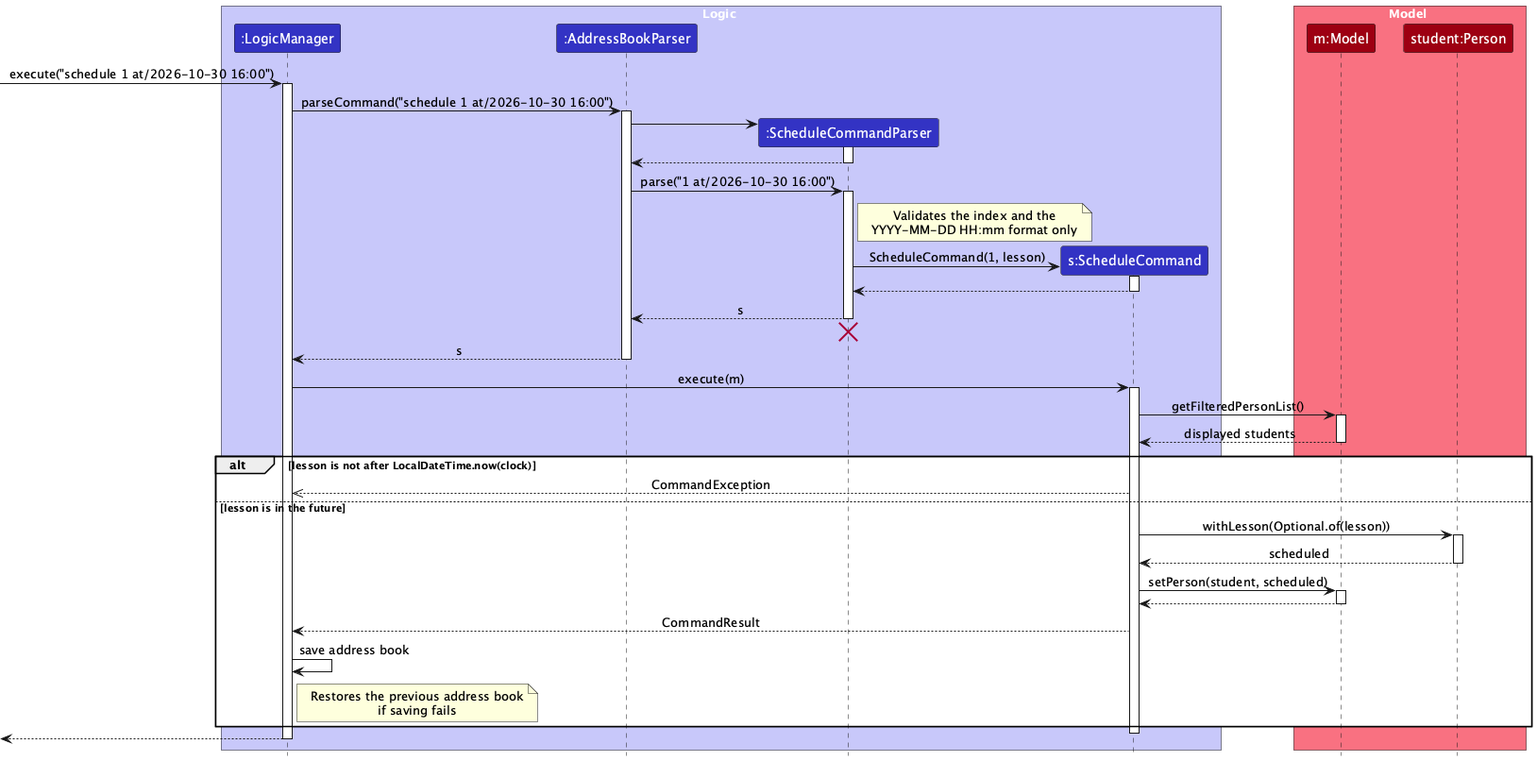
Earlier version of the PlantUML export docs/images/ScheduleSequenceDiagram.png (AY2627S1-CS2103T-W10-3/tp). Source of this version:
```plantuml
@startuml
!include style.puml
skinparam ArrowFontStyle plain

box Logic LOGIC_COLOR_T1
participant ":LogicManager" as LogicManager LOGIC_COLOR
participant ":AddressBookParser" as AddressBookParser LOGIC_COLOR
participant ":ScheduleCommandParser" as ScheduleCommandParser LOGIC_COLOR
participant "s:ScheduleCommand" as ScheduleCommand LOGIC_COLOR
end box

box Model MODEL_COLOR_T1
participant "m:Model" as Model MODEL_COLOR
participant "student:Person" as Student MODEL_COLOR
end box

[-> LogicManager : execute("schedule 1 at/2026-10-30 16:00")
activate LogicManager

LogicManager -> AddressBookParser : parseCommand("schedule 1 at/2026-10-30 16:00")
activate AddressBookParser

create ScheduleCommandParser
AddressBookParser -> ScheduleCommandParser
activate ScheduleCommandParser
ScheduleCommandParser --> AddressBookParser
deactivate ScheduleCommandParser

AddressBookParser -> ScheduleCommandParser : parse("1 at/2026-10-30 16:00")
activate ScheduleCommandParser

note right of ScheduleCommandParser
Validates the index and the
YYYY-MM-DD HH:mm format only
end note

create ScheduleCommand
ScheduleCommandParser -> ScheduleCommand : ScheduleCommand(1, lesson)
activate ScheduleCommand
ScheduleCommand --> ScheduleCommandParser
deactivate ScheduleCommand

ScheduleCommandParser --> AddressBookParser : s
deactivate ScheduleCommandParser
ScheduleCommandParser -[hidden]-> AddressBookParser
destroy ScheduleCommandParser

AddressBookParser --> LogicManager : s
deactivate AddressBookParser

LogicManager -> ScheduleCommand : execute(m)
activate ScheduleCommand

ScheduleCommand -> Model : getFilteredPersonList()
activate Model
Model --> ScheduleCommand : displayed students
deactivate Model

alt lesson is not after LocalDateTime.now(clock)
    ScheduleCommand -->> LogicManager : CommandException
else lesson is in the future
    ScheduleCommand -> Student : withLesson(Optional.of(lesson))
    activate Student
    Student --> ScheduleCommand : scheduled
    deactivate Student

    ScheduleCommand -> Model : setPerson(student, scheduled)
    activate Model
    Model --> ScheduleCommand
    deactivate Model

    ScheduleCommand --> LogicManager : CommandResult

    LogicManager -> LogicManager : save address book
    note right of LogicManager
    Restores the previous address book
    if saving fails
    end note
end
deactivate ScheduleCommand

[<--LogicManager
deactivate LogicManager
@enduml
```
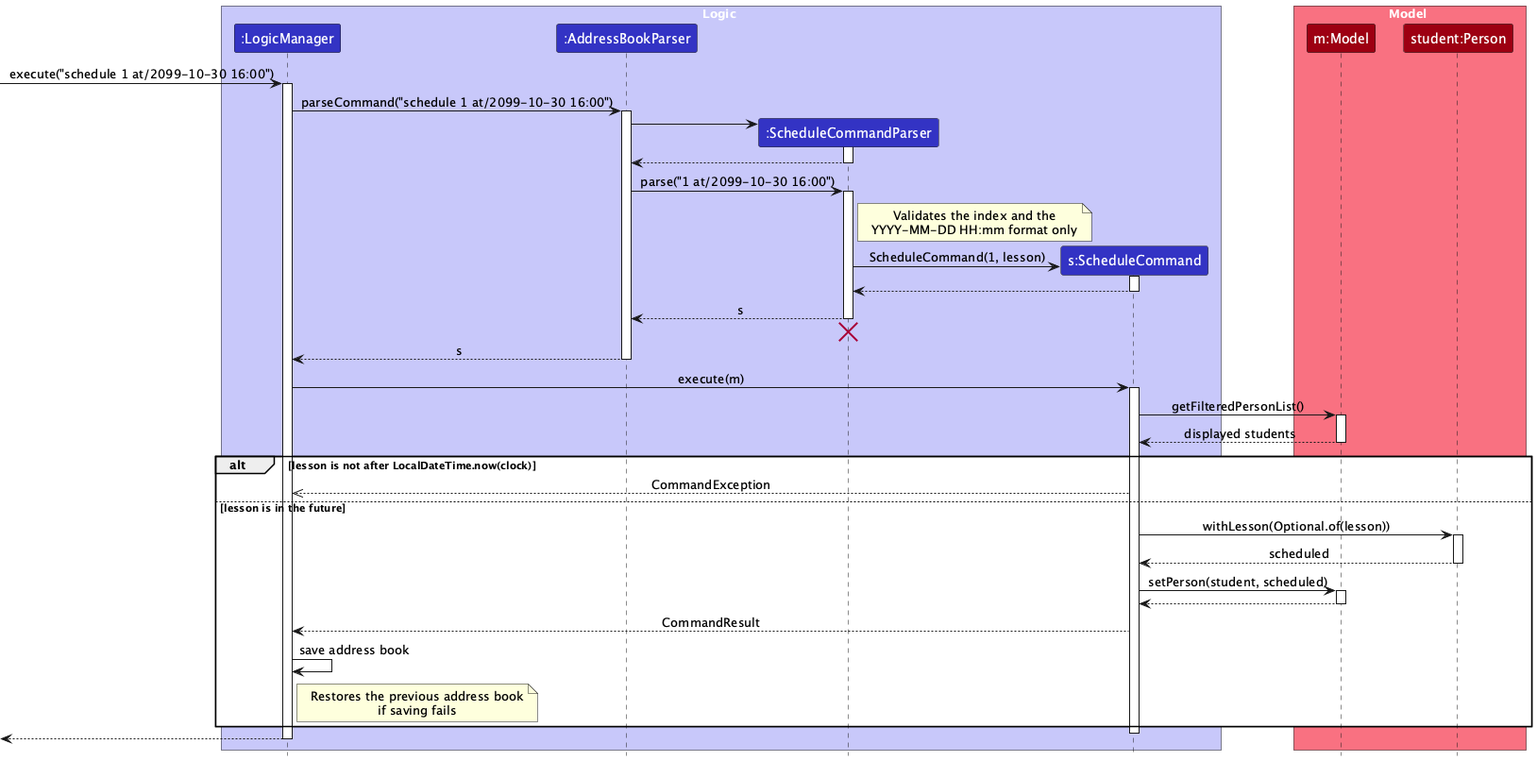
After the commit.

The edit, as a diff of the source:
```diff
@@ -14,10 +14,10 @@
 participant "student:Person" as Student MODEL_COLOR
 end box
 
-[-> LogicManager : execute("schedule 1 at/2026-10-30 16:00")
+[-> LogicManager : execute("schedule 1 at/2099-10-30 16:00")
 activate LogicManager
 
-LogicManager -> AddressBookParser : parseCommand("schedule 1 at/2026-10-30 16:00")
+LogicManager -> AddressBookParser : parseCommand("schedule 1 at/2099-10-30 16:00")
 activate AddressBookParser
 
 create ScheduleCommandParser
@@ -26,7 +26,7 @@
 ScheduleCommandParser --> AddressBookParser
 deactivate ScheduleCommandParser
 
-AddressBookParser -> ScheduleCommandParser : parse("1 at/2026-10-30 16:00")
+AddressBookParser -> ScheduleCommandParser : parse("1 at/2099-10-30 16:00")
 activate ScheduleCommandParser
 
 note right of ScheduleCommandParser
```
